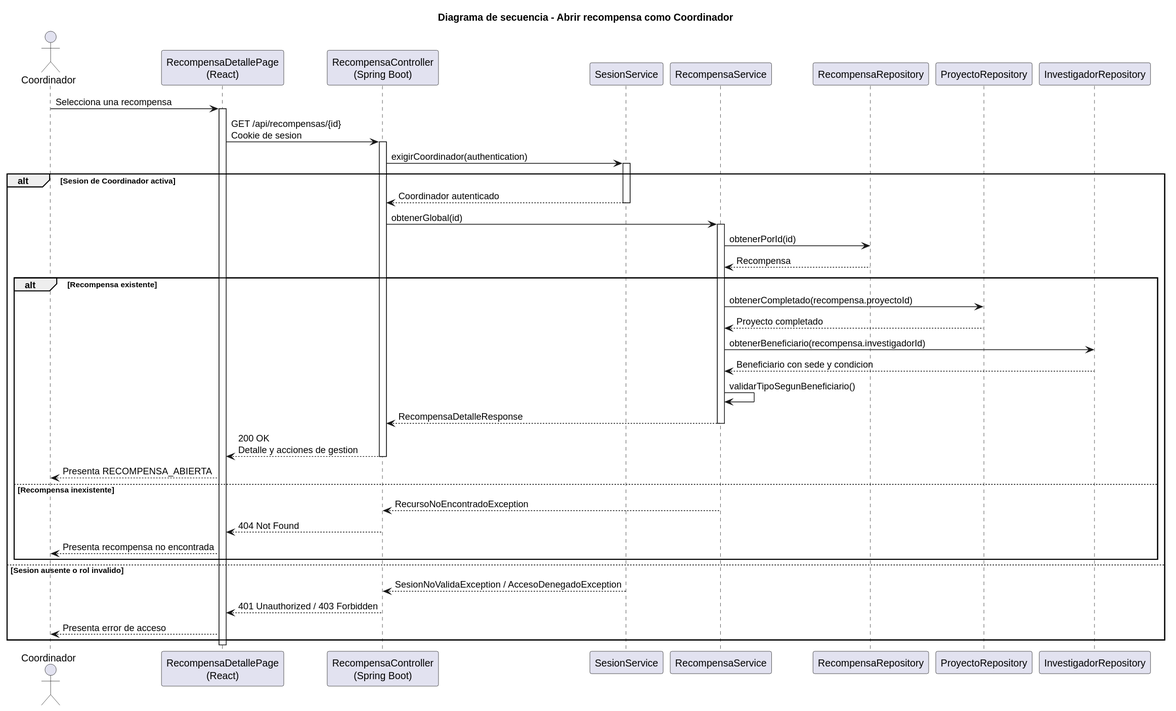
The PlantUML diagram images/RUP/02-diseño/casos-uso/coordinador/abrirRecompensa/secuencia.svg in beatriizorozco/25-26-idsw2-sdVC, before a commit.
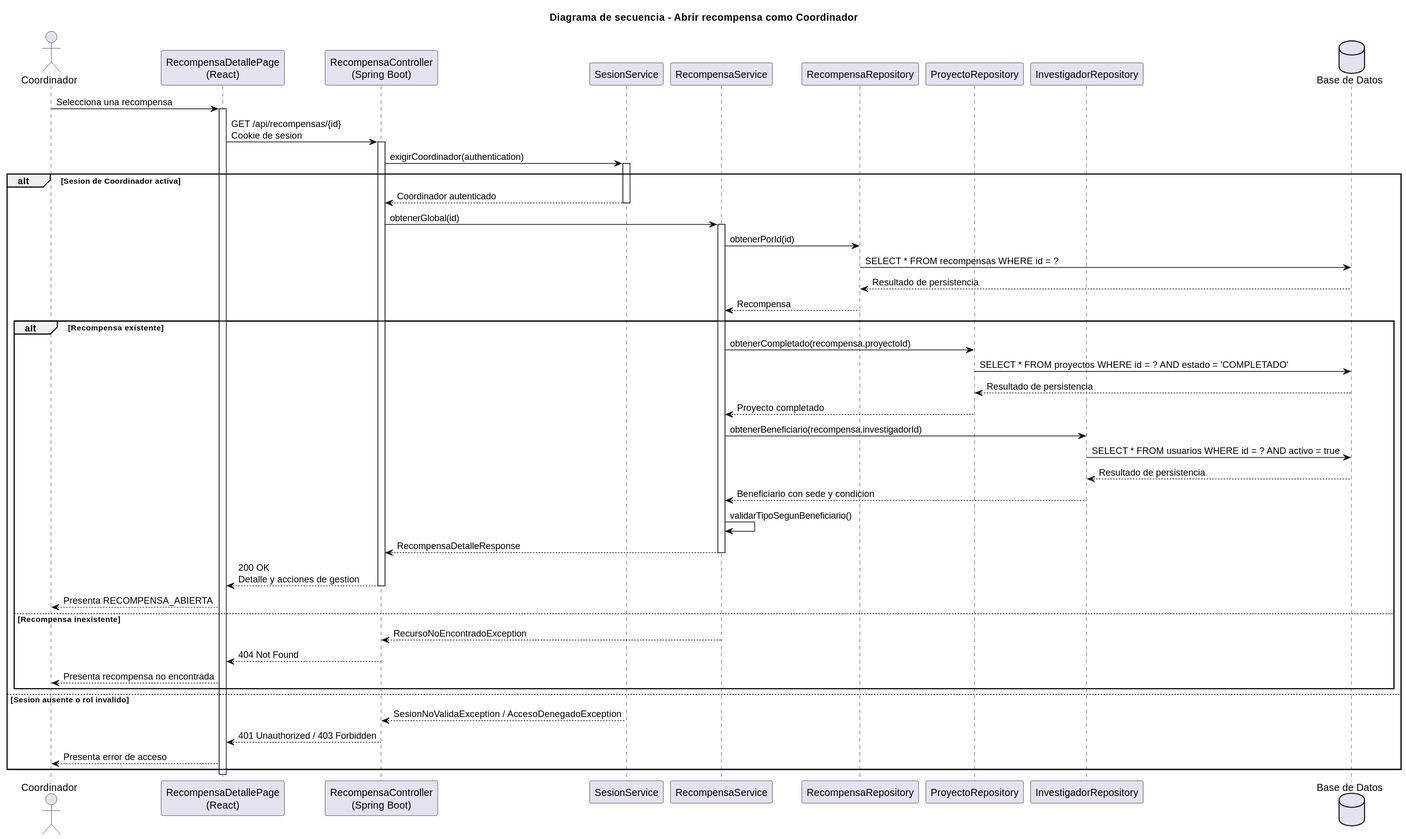
The same file after the commit.

The edit, as a diff of the source:
```diff
@@ -9,6 +9,7 @@
 participant "RecompensaRepository" as Repo
 participant "ProyectoRepository" as ProyectoRepo
 participant "InvestigadorRepository" as InvestigadorRepo
+database "Base de Datos" as DB
 
 Coordinador -> Frontend: Selecciona una recompensa
 activate Frontend
@@ -22,11 +23,17 @@
     Api -> Service: obtenerGlobal(id)
     activate Service
     Service -> Repo: obtenerPorId(id)
+    Repo -> DB: SELECT * FROM recompensas WHERE id = ?
+    DB --> Repo: Resultado de persistencia
     Repo --> Service: Recompensa
     alt Recompensa existente
         Service -> ProyectoRepo: obtenerCompletado(recompensa.proyectoId)
+        ProyectoRepo -> DB: SELECT * FROM proyectos WHERE id = ? AND estado = 'COMPLETADO'
+        DB --> ProyectoRepo: Resultado de persistencia
         ProyectoRepo --> Service: Proyecto completado
         Service -> InvestigadorRepo: obtenerBeneficiario(recompensa.investigadorId)
+        InvestigadorRepo -> DB: SELECT * FROM usuarios WHERE id = ? AND activo = true
+        DB --> InvestigadorRepo: Resultado de persistencia
         InvestigadorRepo --> Service: Beneficiario con sede y condicion
         Service -> Service: validarTipoSegunBeneficiario()
         Service --> Api: RecompensaDetalleResponse
```
